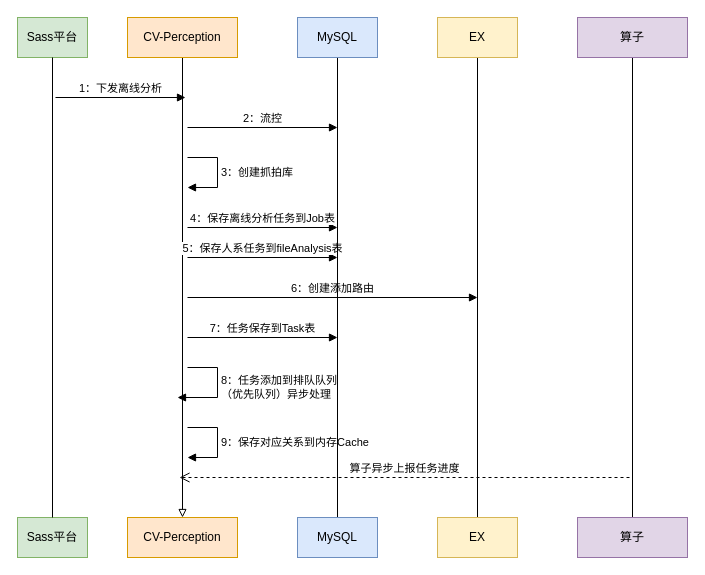
hao14293/drawio keeps this draw.io diagram as 4.录像分析/人脸录像分析-时序图.drawio. Above is the earlier version. Source tidied: cells renumbered, new cells numbered last; positions are measured from the earlier drawing's top-left corner, leaving out a move shared by most shapes. Both pictures are drawn from the tidied source at 100%, with x=0, y=0 at pixel (17, 17).
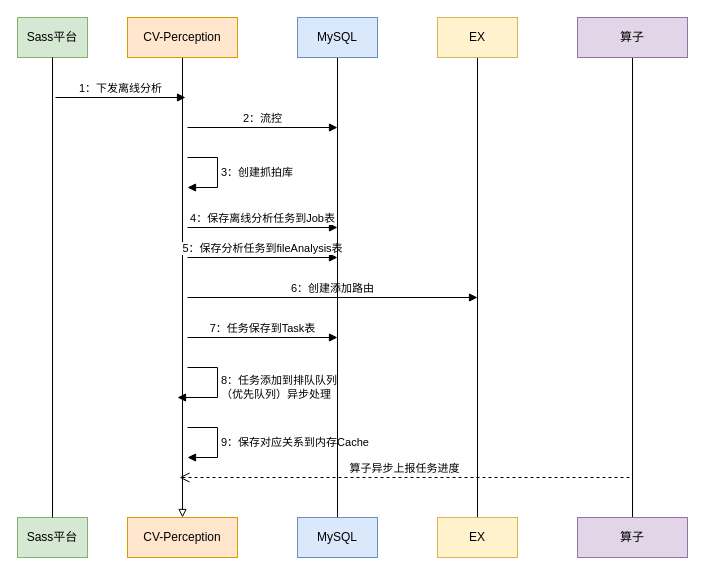
Above is the later version.

Commit message:
更新人脸录像分析-时序图.drawio

The change refers to these unchanged cells:
```xml
<mxCell id="7" style="group;" parent="1" vertex="1">
  <mxGeometry x="110" width="110" height="540" as="geometry" />
</mxCell>
```

Diff of the diagram source:
```diff
@@
-    <mxCell id="14" value="5：保存人系任务到fileAnalysis表" style="html=1;verticalAlign=bottom;endArrow=block;curved=0;rounded=0;" parent="7" edge="1">
+    <mxCell id="14" value="5：保存分析任务到fileAnalysis表" style="html=1;verticalAlign=bottom;endArrow=block;curved=0;rounded=0;" parent="7" edge="1">
       <mxGeometry relative="1" as="geometry">
         <mxPoint x="60" y="240" as="sourcePoint" />
         <mxPoint x="210" y="240" as="targetPoint" />
       </mxGeometry>
     </mxCell>
```
